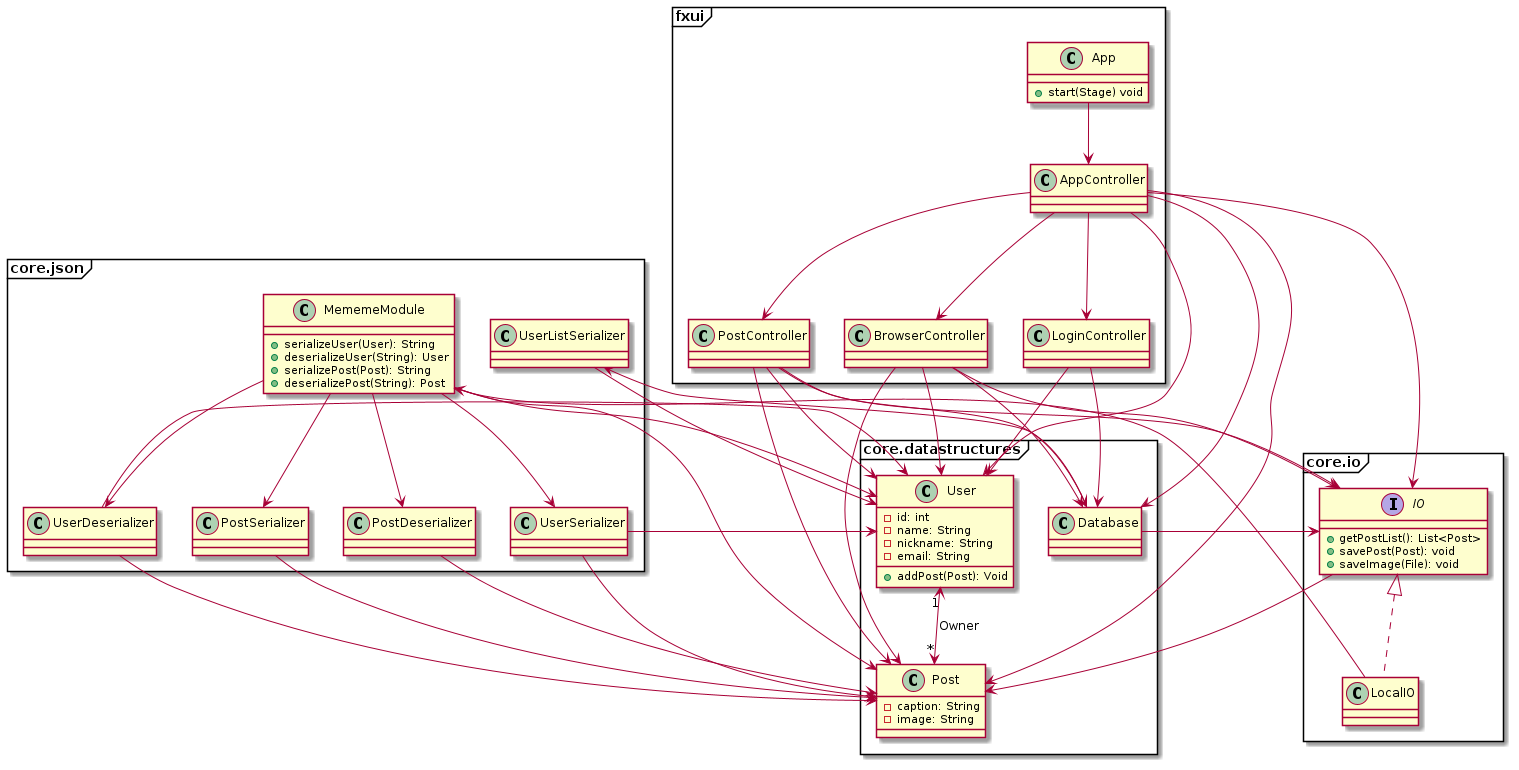
This is mememedb/ClassDiagram.png from olepbr/it1901, a PlantUML export, as it was before one commit.
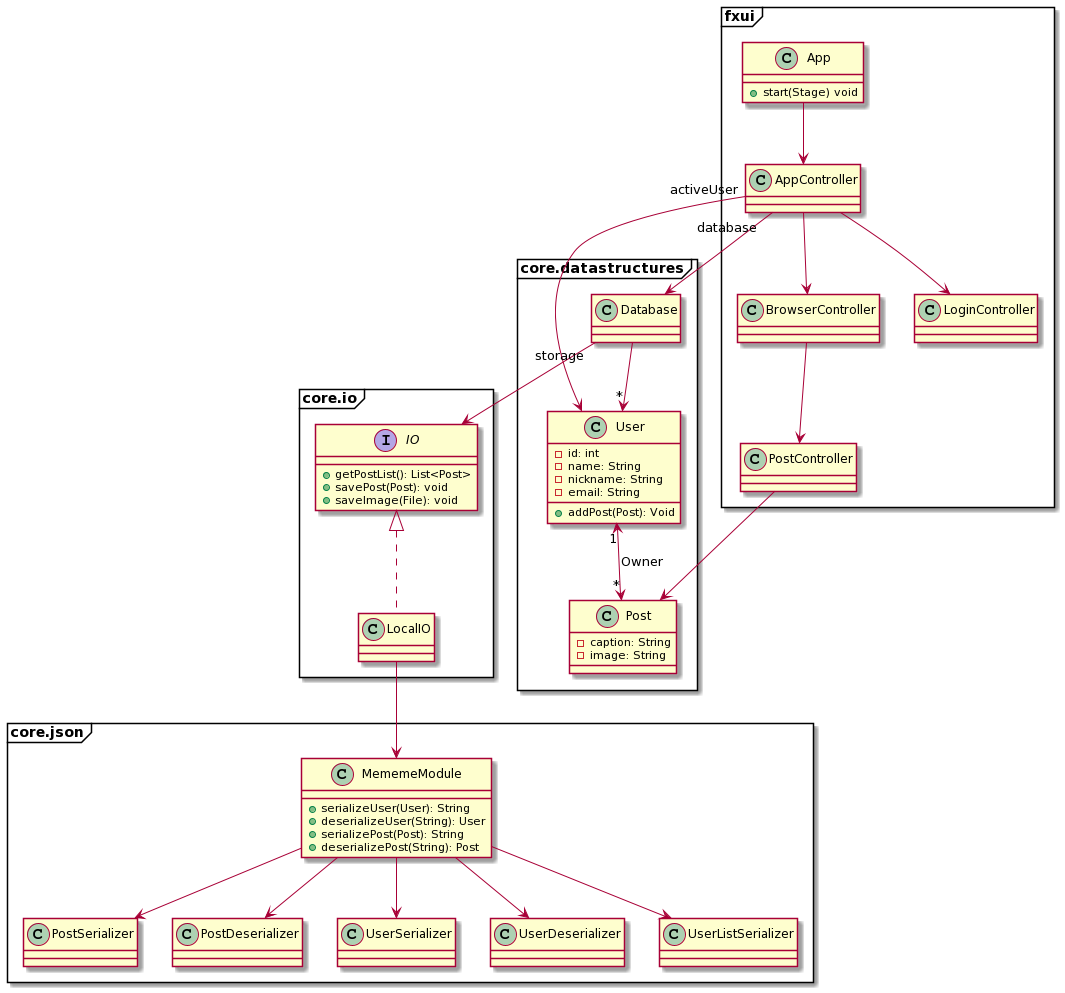
The same file after the commit.

Commit message:
(#22) added second userstory to Readme, simplified class-diagram to aid readability

The edit, as a diff of the source:
```diff
@@ -1,5 +1,4 @@
 @startuml
-
 package fxui <<Frame>> {
     class App
     class AppController
@@ -28,6 +27,7 @@
     class Database
 }
 
+
 class App {
     + start(Stage) void
 }
@@ -37,7 +37,7 @@
 class AppController {
 }
 
-AppController --> PostController
+BrowserController --> PostController
 
 class PostController {
 }
@@ -52,10 +52,6 @@
 class LoginController {
 }
 
-AppController --> IO
-PostController --> IO
-BrowserController --> IO
-
 interface IO {
     + getPostList(): List<Post>
     + savePost(Post): void
@@ -63,7 +59,6 @@
 }
 
 class LocalIO implements IO
-IO --> Post
 LocalIO --> MememeModule
 
 class MememeModule{
@@ -73,32 +68,15 @@
     + deserializePost(String): Post
 }
 
-MememeModule --> User
-MememeModule --> Post
 MememeModule --> PostSerializer
 MememeModule --> PostDeserializer
 MememeModule --> UserSerializer
 MememeModule --> UserDeserializer
+MememeModule --> UserListSerializer
 
-UserListSerializer --> User
-UserSerializer --> User
-UserSerializer --> Post
-UserDeserializer --> User
-UserDeserializer --> Post
-PostSerializer --> Post
-PostDeserializer --> Post
-
-AppController --> User
-AppController --> Post
-AppController --> Database
-BrowserController --> User
-BrowserController --> Post
-BrowserController --> Database
-LoginController --> User
-LoginController --> Database
-PostController --> User
+AppController "activeUser"--> User
+AppController "database"--> Database
 PostController --> Post
-PostController --> Database
 
 class User {
     - id: int
@@ -117,7 +95,6 @@
 }
 
 User "1" <--> "*" Post : Owner
-Database --> IO
-Database --> UserListSerializer
-
+Database "storage" --> IO
+Database --> "*" User
 @enduml
```
